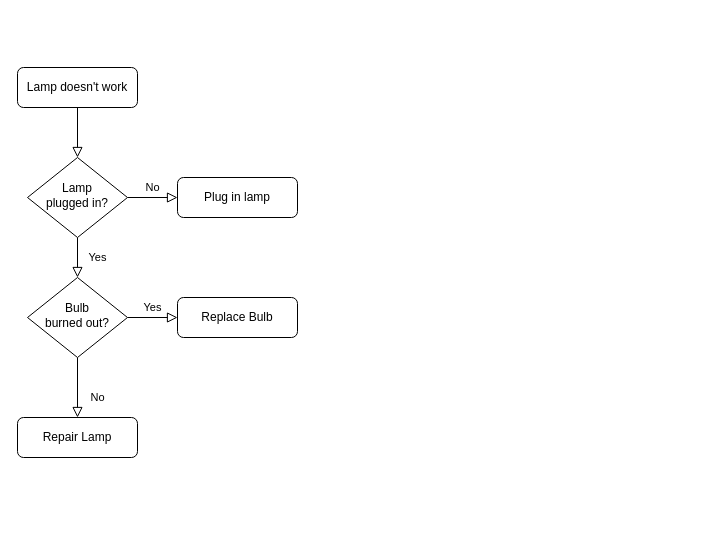
The draw.io diagram Untitled Diagram.drawio in Sabapathy80/explore-flowcharts, before the edit. Source tidied: cells renumbered, new cells numbered last; positions are measured from the earlier drawing's top-left corner, leaving out a move shared by most shapes. Both pictures are drawn from the tidied source at 100%, with x=0, y=0 at pixel (17, 67).
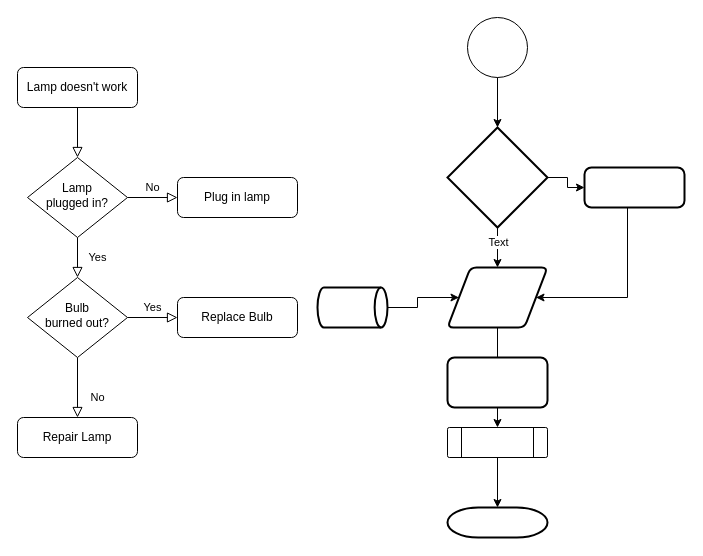
The same page after the edit.

Change to the diagram source:
```diff
@@
+    <mxCell id="13" style="verticalLabelPosition=bottom;verticalAlign=top;html=1;shape=mxgraph.flowchart.on-page_reference;" parent="1" vertex="1">
+      <mxGeometry x="450" y="-50" width="60" height="60" as="geometry" />
+    </mxCell>
+    <mxCell id="14" style="edgeStyle=orthogonalEdgeStyle;rounded=0;jettySize=auto;html=1;" parent="1" edge="1" source="15" target="24">
+      <mxGeometry relative="1" as="geometry" />
+    </mxCell>
+    <mxCell id="15" style="strokeWidth=2;html=1;shape=mxgraph.flowchart.decision;whiteSpace=wrap;" parent="1" vertex="1">
+      <mxGeometry x="430" y="60" width="100" height="100" as="geometry" />
+    </mxCell>
+    <mxCell id="16" style="edgeStyle=orthogonalEdgeStyle;rounded=0;jettySize=auto;html=1;exitX=0.5;exitY=1;exitDx=0;exitDy=0;exitPerimeter=0;" parent="1" edge="1" source="13" target="15">
+      <mxGeometry relative="1" as="geometry" />
+    </mxCell>
+    <mxCell id="17" style="edgeStyle=orthogonalEdgeStyle;rounded=0;jettySize=auto;html=1;" parent="1" edge="1" source="15" target="20">
+      <mxGeometry relative="1" as="geometry" />
+    </mxCell>
+    <mxCell id="18" value="Text" style="edgeLabel;html=1;align=center;verticalAlign=middle;" parent="17" vertex="1">
+      <mxGeometry x="-0.3" relative="1" as="geometry" />
+    </mxCell>
+    <mxCell id="19" style="edgeStyle=orthogonalEdgeStyle;rounded=0;jettySize=auto;html=1;" parent="1" edge="1" source="20" target="27">
+      <mxGeometry relative="1" as="geometry" />
+    </mxCell>
+    <mxCell id="20" style="shape=parallelogram;html=1;strokeWidth=2;perimeter=parallelogramPerimeter;whiteSpace=wrap;rounded=1;arcSize=12;size=0.23;" parent="1" vertex="1">
+      <mxGeometry x="430" y="200" width="100" height="60" as="geometry" />
+    </mxCell>
+    <mxCell id="21" style="edgeStyle=orthogonalEdgeStyle;rounded=0;jettySize=auto;html=1;" parent="1" edge="1" source="22" target="20">
+      <mxGeometry relative="1" as="geometry" />
+    </mxCell>
+    <mxCell id="22" style="strokeWidth=2;html=1;shape=mxgraph.flowchart.direct_data;whiteSpace=wrap;" parent="1" vertex="1">
+      <mxGeometry x="300" y="220" width="70" height="40" as="geometry" />
+    </mxCell>
+    <mxCell id="23" style="edgeStyle=orthogonalEdgeStyle;rounded=0;jettySize=auto;html=1;entryX=1;entryY=0.5;entryDx=0;entryDy=0;" parent="1" edge="1" source="24" target="20">
+      <mxGeometry relative="1" as="geometry">
+        <Array as="points">
+          <mxPoint x="610" y="230" />
+        </Array>
+      </mxGeometry>
+    </mxCell>
+    <mxCell id="24" style="rounded=1;whiteSpace=wrap;html=1;absoluteArcSize=1;arcSize=14;strokeWidth=2;" parent="1" vertex="1">
+      <mxGeometry x="567" y="100" width="100" height="40" as="geometry" />
+    </mxCell>
+    <mxCell id="25" style="rounded=1;whiteSpace=wrap;html=1;absoluteArcSize=1;arcSize=14;strokeWidth=2;" parent="1" vertex="1">
+      <mxGeometry x="430" y="290" width="100" height="50" as="geometry" />
+    </mxCell>
+    <mxCell id="26" style="edgeStyle=orthogonalEdgeStyle;rounded=0;jettySize=auto;html=1;" parent="1" edge="1" source="27" target="28">
+      <mxGeometry relative="1" as="geometry" />
+    </mxCell>
+    <mxCell id="27" style="verticalLabelPosition=bottom;verticalAlign=top;html=1;shape=process;whiteSpace=wrap;rounded=1;size=0.14;arcSize=6;" parent="1" vertex="1">
+      <mxGeometry x="430" y="360" width="100" height="30" as="geometry" />
+    </mxCell>
+    <mxCell id="28" style="strokeWidth=2;html=1;shape=mxgraph.flowchart.terminator;whiteSpace=wrap;" parent="1" vertex="1">
+      <mxGeometry x="430" y="440" width="100" height="30" as="geometry" />
+    </mxCell>
```
